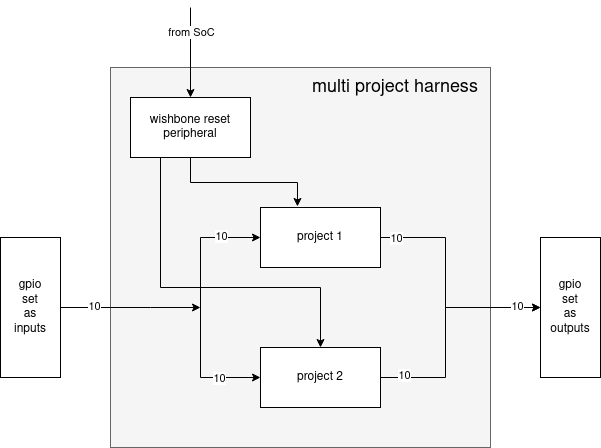
mattvenn/multi-project-harness keeps this draw.io diagram as docs/multi-project-harness.png. Above is the earlier version. Source tidied: cells renumbered, new cells last; positions are measured from the earlier drawing's top-left corner, leaving out a move shared by most shapes.
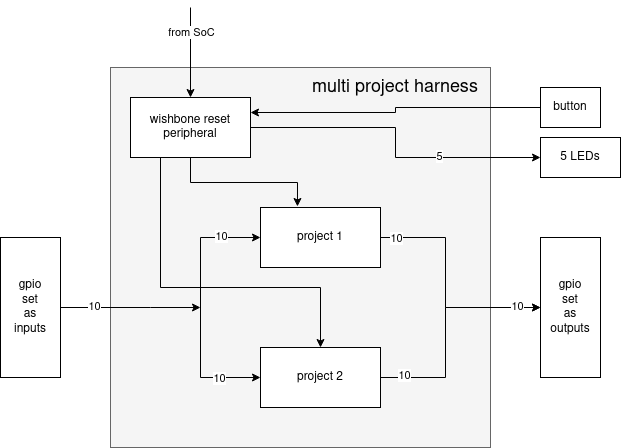
After the commit.

Diff of the diagram source:
```diff
@@ -81,6 +81,12 @@
         </Array>
       </mxGeometry>
     </mxCell>
+    <mxCell id="23" style="edgeStyle=orthogonalEdgeStyle;rounded=0;jettySize=auto;html=1;startArrow=none;startFill=0;" parent="1" edge="1" source="19" target="27">
+      <mxGeometry relative="1" as="geometry" />
+    </mxCell>
+    <mxCell id="24" value="5" style="edgeLabel;html=1;align=center;verticalAlign=middle;" parent="23" vertex="1">
+      <mxGeometry x="0.36" y="2" relative="1" as="geometry" />
+    </mxCell>
     <mxCell id="19" value="wishbone reset peripheral" style="rounded=0;whiteSpace=wrap;html=1;" parent="1" vertex="1">
       <mxGeometry x="130" y="90" width="120" height="60" as="geometry" />
     </mxCell>
@@ -95,5 +101,14 @@
     <mxCell id="22" value="&lt;font style=&quot;font-size: 18px&quot;&gt;multi project harness&lt;/font&gt;" style="text;html=1;strokeColor=none;fillColor=none;align=center;verticalAlign=middle;whiteSpace=wrap;rounded=0;" parent="1" vertex="1">
       <mxGeometry x="300" y="70" width="190" height="20" as="geometry" />
     </mxCell>
+    <mxCell id="25" style="edgeStyle=orthogonalEdgeStyle;rounded=0;jettySize=auto;html=1;exitX=0;exitY=0.5;exitDx=0;exitDy=0;entryX=1;entryY=0.25;entryDx=0;entryDy=0;startArrow=none;startFill=0;" parent="1" edge="1" source="26" target="19">
+      <mxGeometry relative="1" as="geometry" />
+    </mxCell>
+    <mxCell id="26" value="button " style="rounded=0;whiteSpace=wrap;html=1;" parent="1" vertex="1">
+      <mxGeometry x="540" y="80" width="60" height="40" as="geometry" />
+    </mxCell>
+    <mxCell id="27" value="5 LEDs" style="rounded=0;whiteSpace=wrap;html=1;" parent="1" vertex="1">
+      <mxGeometry x="540" y="130" width="80" height="40" as="geometry" />
+    </mxCell>
   </root>
 </mxGraphModel>
```
